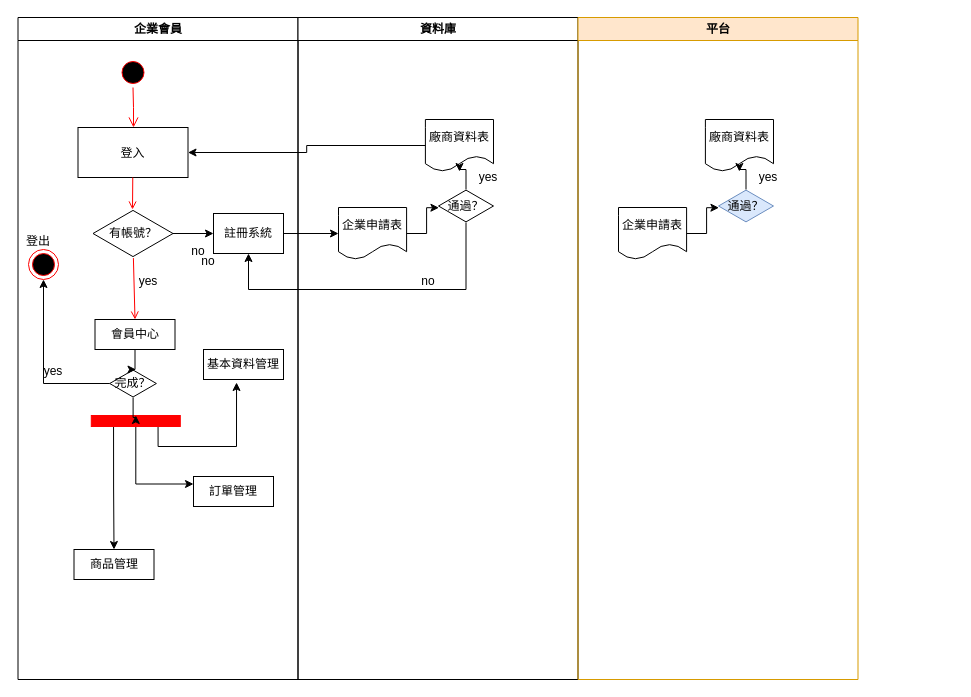
4gold/PFF keeps this draw.io diagram as 企業會員流程.drawio. Above is the earlier version. Source tidied: cells renumbered, new cells numbered last; positions are measured from the earlier drawing's top-left corner, leaving out a move shared by most shapes. Both pictures are drawn from the tidied source at 100%, with x=0, y=0 at pixel (17, 17).
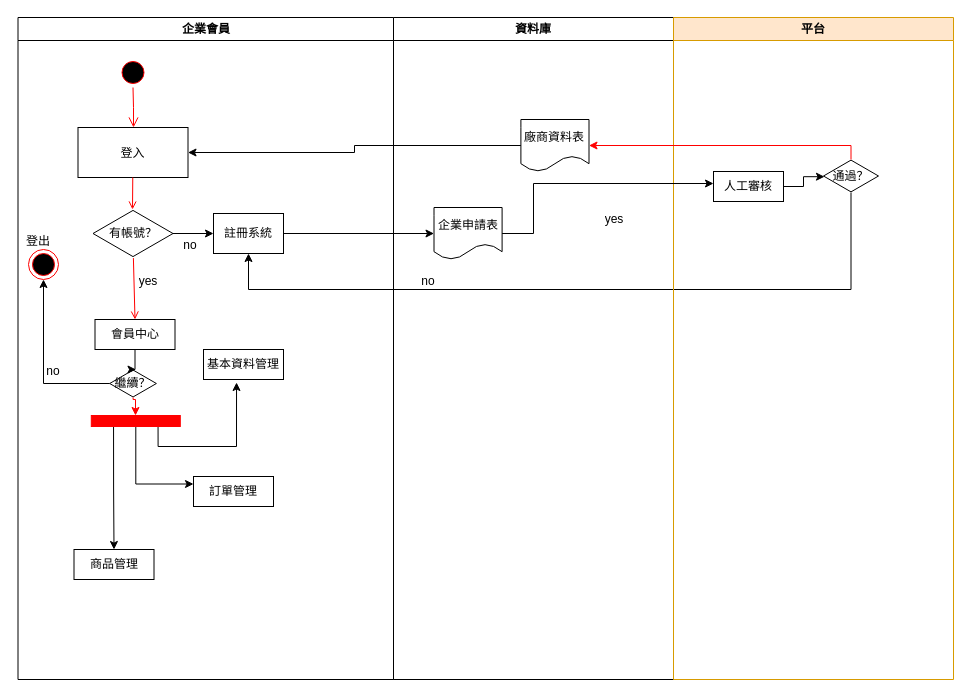
The same diagram, later.

Commit message:
Update 企業會員流程.drawio

The change refers to these unchanged cells:
```xml
<mxCell id="5" value="登入" parent="2" vertex="1">
  <mxGeometry x="60" y="110" width="110" height="50" as="geometry" />
</mxCell>
<mxCell id="11" value="註冊系統" style="rounded=0;whiteSpace=wrap;html=1;" parent="2" vertex="1">
  <mxGeometry x="195.5" y="196" width="70" height="40" as="geometry" />
</mxCell>
<mxCell id="22" value="企業申請表" style="shape=document;whiteSpace=wrap;html=1;boundedLbl=1;rounded=0;" parent="20" vertex="1">
  <mxGeometry x="40.5" y="190" width="68.1" height="52" as="geometry" />
</mxCell>
<mxCell id="23" value="廠商資料表" style="shape=document;whiteSpace=wrap;html=1;boundedLbl=1;rounded=0;" parent="20" vertex="1">
  <mxGeometry x="127.4" y="102" width="68.1" height="52" as="geometry" />
</mxCell>
<mxCell id="34" style="whiteSpace=wrap;strokeColor=#FF0000;fillColor=#FF0000;rotation=90;" parent="1" vertex="1">
  <mxGeometry x="112.8" y="359" width="11" height="89" as="geometry" />
</mxCell>
```

Diff of the diagram source:
```diff
@@
     <mxCell id="2" value="企業會員" style="swimlane;whiteSpace=wrap;" parent="1" vertex="1">
-      <mxGeometry x="0.5" width="280" height="662" as="geometry" />
+      <mxGeometry x="0.5" width="375.5" height="662" as="geometry" />
     </mxCell>
@@
     <mxCell id="10" value="no" style="text;html=1;strokeColor=none;fillColor=none;align=center;verticalAlign=middle;whiteSpace=wrap;overflow=hidden;" parent="2" vertex="1">
-      <mxGeometry x="165.5" y="222" width="30" height="24" as="geometry" />
+      <mxGeometry x="157" y="216" width="30" height="24" as="geometry" />
     </mxCell>
@@
-    <mxCell id="18" value="完成？" style="html=1;whiteSpace=wrap;shape=isoRectangle;" parent="2" vertex="1">
+    <mxCell id="18" value="繼續？" style="html=1;whiteSpace=wrap;shape=isoRectangle;" parent="2" vertex="1">
       <mxGeometry x="91.7" y="352" width="46.7" height="28" as="geometry" />
     </mxCell>
-    <mxCell id="19" value="yes" style="text;html=1;strokeColor=none;fillColor=none;align=center;verticalAlign=middle;whiteSpace=wrap;overflow=hidden;" parent="2" vertex="1">
+    <mxCell id="19" value="no" style="text;html=1;strokeColor=none;fillColor=none;align=center;verticalAlign=middle;whiteSpace=wrap;overflow=hidden;" parent="2" vertex="1">
       <mxGeometry x="20" y="342" width="30" height="24" as="geometry" />
     </mxCell>
     <mxCell id="20" value="資料庫" style="swimlane;whiteSpace=wrap;" parent="1" vertex="1">
-      <mxGeometry x="280.5" width="280" height="662" as="geometry" />
+      <mxGeometry x="376" width="280" height="662" as="geometry" />
     </mxCell>
-    <mxCell id="21" style="edgeStyle=orthogonalEdgeStyle;rounded=0;jettySize=auto;html=1;entryX=0.008;entryY=0.553;entryDx=0;entryDy=0;entryPerimeter=0;" parent="20" edge="1" source="22" target="25">
-      <mxGeometry relative="1" as="geometry" />
-    </mxCell>
@@
-    <mxCell id="24" style="edgeStyle=orthogonalEdgeStyle;rounded=0;jettySize=auto;html=1;" parent="20" edge="1" source="25" target="23">
-      <mxGeometry relative="1" as="geometry" />
-    </mxCell>
-    <mxCell id="25" value="通過？" style="html=1;whiteSpace=wrap;shape=isoRectangle;" parent="20" vertex="1">
-      <mxGeometry x="140.5" y="172" width="55" height="33" as="geometry" />
-    </mxCell>
     <mxCell id="26" value="yes" style="text;html=1;strokeColor=none;fillColor=none;align=center;verticalAlign=middle;whiteSpace=wrap;overflow=hidden;" parent="20" vertex="1">
-      <mxGeometry x="175" y="148" width="30" height="24" as="geometry" />
+      <mxGeometry x="205.5" y="190" width="30" height="24" as="geometry" />
     </mxCell>
@@
     <mxCell id="28" style="edgeStyle=orthogonalEdgeStyle;rounded=0;jettySize=auto;html=1;entryX=1;entryY=0.5;entryDx=0;entryDy=0;" parent="1" edge="1" source="23" target="5">
-      <mxGeometry relative="1" as="geometry" />
+      <mxGeometry relative="1" as="geometry">
+        <Array as="points">
+          <mxPoint x="337" y="128" />
+          <mxPoint x="337" y="135" />
+        </Array>
+      </mxGeometry>
     </mxCell>
     <mxCell id="29" style="edgeStyle=orthogonalEdgeStyle;rounded=0;jettySize=auto;html=1;entryX=0.5;entryY=1;entryDx=0;entryDy=0;" parent="1" edge="1" source="25" target="11">
       <mxGeometry relative="1" as="geometry">
         <Array as="points">
-          <mxPoint x="449" y="272" />
+          <mxPoint x="834" y="272" />
           <mxPoint x="231" y="272" />
         </Array>
       </mxGeometry>
     </mxCell>
@@
-    <mxCell id="37" style="edgeStyle=orthogonalEdgeStyle;rounded=0;jettySize=auto;html=1;entryX=0;entryY=0.5;entryDx=0;entryDy=0;" parent="1" edge="1" source="18" target="34">
-      <mxGeometry relative="1" as="geometry" />
+    <mxCell id="37" style="edgeStyle=orthogonalEdgeStyle;rounded=0;jettySize=auto;html=1;strokeColor=#FF0000;" parent="1" edge="1" source="18">
+      <mxGeometry relative="1" as="geometry">
+        <mxPoint x="118" y="398" as="targetPoint" />
+        <Array as="points">
+          <mxPoint x="116" y="382" />
+          <mxPoint x="118" y="382" />
+        </Array>
+      </mxGeometry>
     </mxCell>
@@
-    <mxCell id="39" value="no" style="text;html=1;strokeColor=none;fillColor=none;align=center;verticalAlign=middle;whiteSpace=wrap;overflow=hidden;" parent="1" vertex="1">
-      <mxGeometry x="176" y="232" width="30" height="24" as="geometry" />
-    </mxCell>
     <mxCell id="40" value="平台" style="swimlane;whiteSpace=wrap;fillColor=#ffe6cc;strokeColor=#d79b00;" parent="1" vertex="1">
-      <mxGeometry x="560.5" width="280" height="662" as="geometry" />
+      <mxGeometry x="656" width="280" height="662" as="geometry" />
     </mxCell>
-    <mxCell id="41" style="edgeStyle=orthogonalEdgeStyle;rounded=0;jettySize=auto;html=1;entryX=0.008;entryY=0.553;entryDx=0;entryDy=0;entryPerimeter=0;" parent="40" edge="1" source="42" target="45">
-      <mxGeometry relative="1" as="geometry" />
-    </mxCell>
-    <mxCell id="42" value="企業申請表" style="shape=document;whiteSpace=wrap;html=1;boundedLbl=1;rounded=0;" parent="40" vertex="1">
-      <mxGeometry x="40.5" y="190" width="68.1" height="52" as="geometry" />
-    </mxCell>
-    <mxCell id="43" value="廠商資料表" style="shape=document;whiteSpace=wrap;html=1;boundedLbl=1;rounded=0;" parent="40" vertex="1">
-      <mxGeometry x="127.4" y="102" width="68.1" height="52" as="geometry" />
-    </mxCell>
-    <mxCell id="44" style="edgeStyle=orthogonalEdgeStyle;rounded=0;jettySize=auto;html=1;" parent="40" edge="1" source="45" target="43">
-      <mxGeometry relative="1" as="geometry" />
-    </mxCell>
-    <mxCell id="45" value="通過？" style="html=1;whiteSpace=wrap;shape=isoRectangle;fillColor=#dae8fc;strokeColor=#6c8ebf;" parent="40" vertex="1">
-      <mxGeometry x="140.5" y="172" width="55" height="33" as="geometry" />
-    </mxCell>
-    <mxCell id="46" value="yes" style="text;html=1;strokeColor=none;fillColor=none;align=center;verticalAlign=middle;whiteSpace=wrap;overflow=hidden;" parent="40" vertex="1">
-      <mxGeometry x="175" y="148" width="30" height="24" as="geometry" />
-    </mxCell>
+    <mxCell id="25" value="通過？" style="html=1;whiteSpace=wrap;shape=isoRectangle;" parent="40" vertex="1">
+      <mxGeometry x="150" y="142" width="55" height="33" as="geometry" />
+    </mxCell>
+    <mxCell id="47" style="edgeStyle=orthogonalEdgeStyle;rounded=0;jettySize=auto;html=1;entryX=0.018;entryY=0.521;entryDx=0;entryDy=0;entryPerimeter=0;" parent="40" edge="1" source="48" target="25">
+      <mxGeometry relative="1" as="geometry" />
+    </mxCell>
+    <mxCell id="48" value="人工審核" style="rounded=0;whiteSpace=wrap;html=1;" parent="40" vertex="1">
+      <mxGeometry x="40" y="154" width="70" height="30" as="geometry" />
+    </mxCell>
+    <mxCell id="21" style="edgeStyle=orthogonalEdgeStyle;rounded=0;jettySize=auto;html=1;" parent="1" edge="1" source="22">
+      <mxGeometry relative="1" as="geometry">
+        <mxPoint x="696" y="166" as="targetPoint" />
+        <Array as="points">
+          <mxPoint x="516" y="216" />
+          <mxPoint x="516" y="166" />
+        </Array>
+      </mxGeometry>
+    </mxCell>
+    <mxCell id="24" style="edgeStyle=orthogonalEdgeStyle;rounded=0;jettySize=auto;html=1;entryX=1;entryY=0.5;entryDx=0;entryDy=0;strokeColor=#FF0000;" parent="1" edge="1" source="25" target="23">
+      <mxGeometry relative="1" as="geometry">
+        <Array as="points">
+          <mxPoint x="834" y="128" />
+        </Array>
+      </mxGeometry>
+    </mxCell>
```
